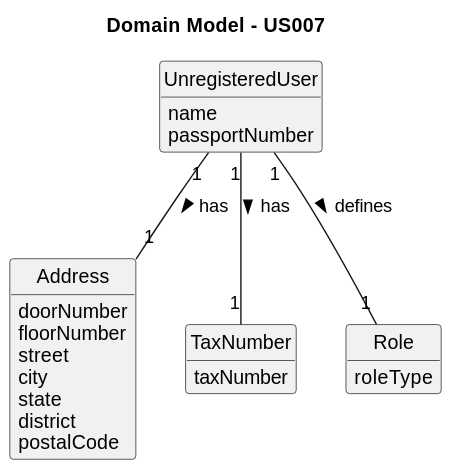
This is docs/sprintB/us007/02.analysis/svg/us007-domain-model.svg from 1220812/LAPR2, a PlantUML export, as it was before one commit.
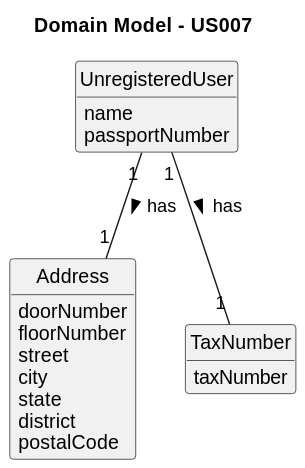
After the change.

Diff of the diagram source:
```diff
@@ -30,11 +30,6 @@
 taxNumber
 }
 
-class Role{
-roleType
-}
-
 UnregisteredUser "1" -- "1" Address : has >
 UnregisteredUser "1" -- "1" TaxNumber : has >
-UnregisteredUser "1" -- "1" Role : defines >
 @enduml
```
